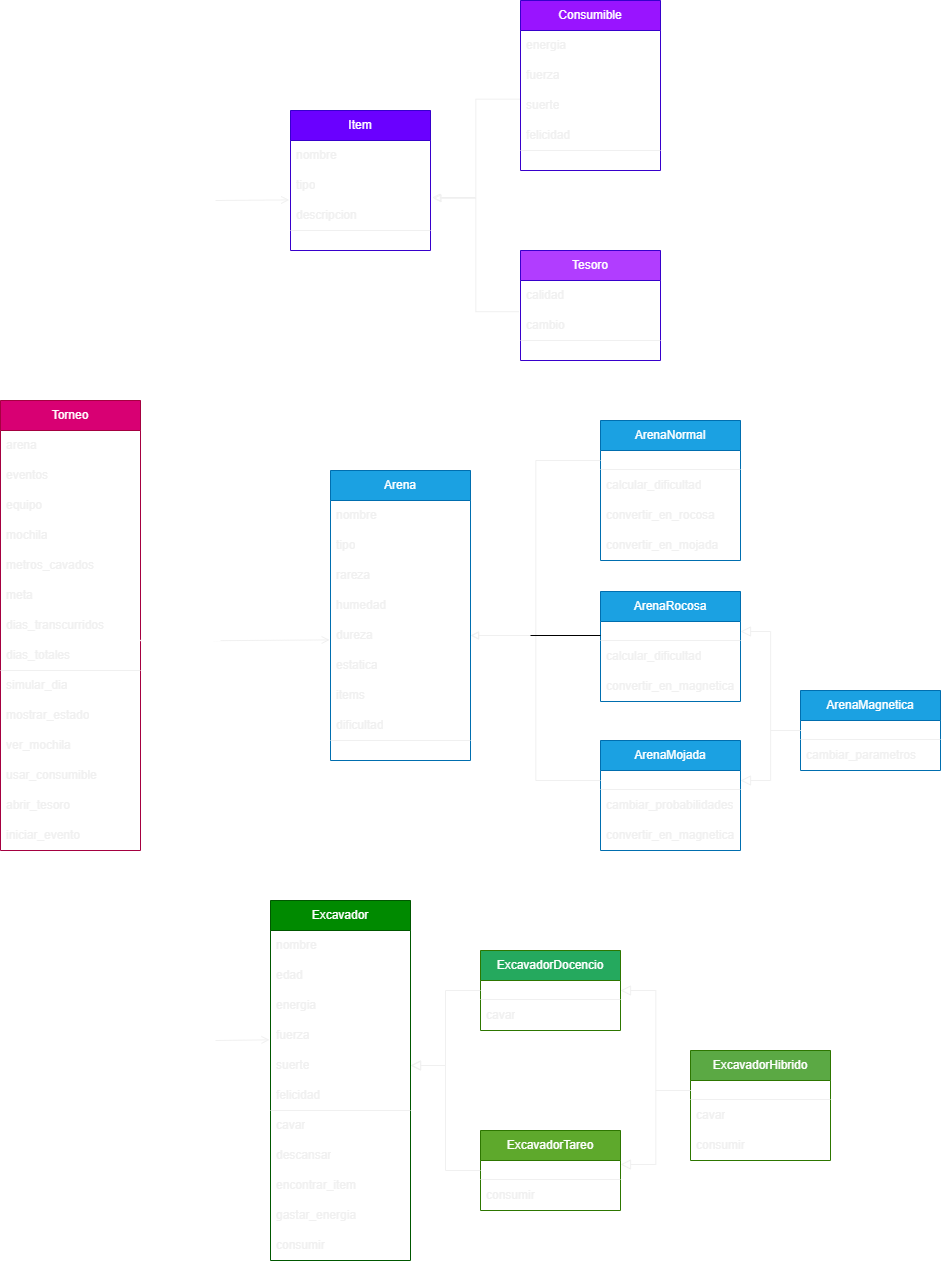
benjahuenchunir/benjahuenchunir-iic2233-2023-1 keeps this draw.io diagram as Tareas/T1/diagrama_clases.drawio.png. Above is the earlier version. Source tidied: cells renumbered, new cells last; positions are measured from the earlier drawing's top-left corner, leaving out a move shared by most shapes.
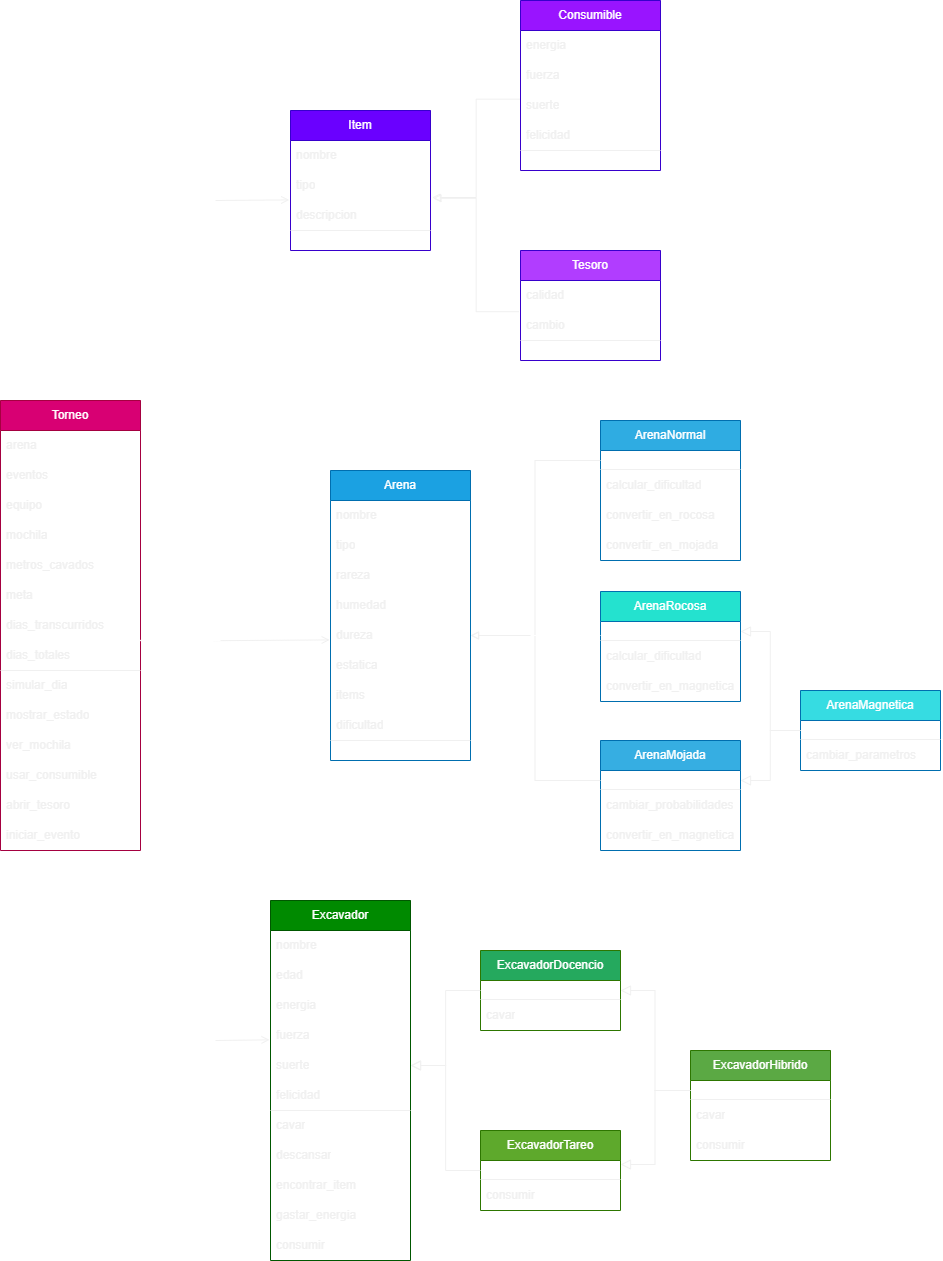
Above is the later version.

Change to the diagram source:
```diff
@@ -280,7 +280,7 @@
     <mxCell id="84" style="line;strokeWidth=1;html=1;rounded=0;shadow=0;glass=0;sketch=0;strokeColor=#FFFFFF;fontColor=#F0F0F0;fillColor=#FFFFFF;" parent="1" vertex="1">
       <mxGeometry x="160" y="635" width="60" height="10" as="geometry" />
     </mxCell>
-    <mxCell id="85" value="ArenaNormal" style="swimlane;fontStyle=0;horizontal=1;startSize=30;whiteSpace=wrap;html=1;fillColor=#1ba1e2;fontColor=#ffffff;strokeColor=#006EAF;swimlaneLine=1;glass=0;rounded=0;shadow=0;" parent="1" vertex="1">
+    <mxCell id="85" value="ArenaNormal" style="swimlane;fontStyle=0;horizontal=1;startSize=30;whiteSpace=wrap;html=1;fillColor=#2FACE2;fontColor=#ffffff;strokeColor=#006EAF;swimlaneLine=1;glass=0;rounded=0;shadow=0;" parent="1" vertex="1">
       <mxGeometry x="600" y="420" width="140" height="140" as="geometry" />
     </mxCell>
     <mxCell id="86" style="text;strokeColor=none;fillColor=none;align=left;verticalAlign=middle;spacingLeft=4;spacingRight=4;overflow=hidden;points=[[0,0.5],[1,0.5]];portConstraint=eastwest;whiteSpace=wrap;html=1;fontColor=#F0F0F0;" parent="85" vertex="1">
@@ -301,7 +301,7 @@
     <mxCell id="90" value="convertir_en_mojada" style="text;strokeColor=none;fillColor=none;align=left;verticalAlign=middle;spacingLeft=4;spacingRight=4;overflow=hidden;whiteSpace=wrap;html=1;fontColor=#F0F0F0;" parent="85" vertex="1">
       <mxGeometry y="110" width="140" height="30" as="geometry" />
     </mxCell>
-    <mxCell id="91" value="ArenaRocosa" style="swimlane;fontStyle=0;horizontal=1;startSize=30;whiteSpace=wrap;html=1;fillColor=#1ba1e2;fontColor=#ffffff;strokeColor=#006EAF;swimlaneLine=1;glass=0;rounded=0;shadow=0;" parent="1" vertex="1">
+    <mxCell id="91" value="ArenaRocosa" style="swimlane;fontStyle=0;horizontal=1;startSize=30;whiteSpace=wrap;html=1;fillColor=#24E2CF;fontColor=#ffffff;strokeColor=#006EAF;swimlaneLine=1;glass=0;rounded=0;shadow=0;" parent="1" vertex="1">
       <mxGeometry x="600" y="591" width="140" height="110" as="geometry" />
     </mxCell>
     <mxCell id="92" style="text;strokeColor=none;fillColor=none;align=left;verticalAlign=middle;spacingLeft=4;spacingRight=4;overflow=hidden;points=[[0,0.5],[1,0.5]];portConstraint=eastwest;whiteSpace=wrap;html=1;fontColor=#F0F0F0;" parent="91" vertex="1">
@@ -319,7 +319,7 @@
     <mxCell id="95" value="convertir_en_magnetica" style="text;strokeColor=none;fillColor=none;align=left;verticalAlign=middle;spacingLeft=4;spacingRight=4;overflow=hidden;whiteSpace=wrap;html=1;fontColor=#F0F0F0;" parent="91" vertex="1">
       <mxGeometry y="80" width="140" height="30" as="geometry" />
     </mxCell>
-    <mxCell id="96" value="ArenaMojada" style="swimlane;fontStyle=0;horizontal=1;startSize=30;whiteSpace=wrap;html=1;fillColor=#1ba1e2;fontColor=#ffffff;strokeColor=#006EAF;swimlaneLine=1;glass=0;rounded=0;shadow=0;" parent="1" vertex="1">
+    <mxCell id="96" value="ArenaMojada" style="swimlane;fontStyle=0;horizontal=1;startSize=30;whiteSpace=wrap;html=1;fillColor=#36AEE2;fontColor=#ffffff;strokeColor=#006EAF;swimlaneLine=1;glass=0;rounded=0;shadow=0;" parent="1" vertex="1">
       <mxGeometry x="600" y="740" width="140" height="110" as="geometry" />
     </mxCell>
     <mxCell id="97" style="text;strokeColor=none;fillColor=none;align=left;verticalAlign=middle;spacingLeft=4;spacingRight=4;overflow=hidden;points=[[0,0.5],[1,0.5]];portConstraint=eastwest;whiteSpace=wrap;html=1;fontColor=#F0F0F0;" parent="96" vertex="1">
@@ -337,7 +337,7 @@
     <mxCell id="100" value="convertir_en_magnetica" style="text;strokeColor=none;fillColor=none;align=left;verticalAlign=middle;spacingLeft=4;spacingRight=4;overflow=hidden;whiteSpace=wrap;html=1;fontColor=#F0F0F0;" parent="96" vertex="1">
       <mxGeometry y="80" width="140" height="30" as="geometry" />
     </mxCell>
-    <mxCell id="101" value="ArenaMagnetica" style="swimlane;fontStyle=0;horizontal=1;startSize=30;whiteSpace=wrap;html=1;fillColor=#1ba1e2;fontColor=#ffffff;strokeColor=#006EAF;swimlaneLine=1;glass=0;rounded=0;shadow=0;" parent="1" vertex="1">
+    <mxCell id="101" value="ArenaMagnetica" style="swimlane;fontStyle=0;horizontal=1;startSize=30;whiteSpace=wrap;html=1;fillColor=#36DCE2;fontColor=#ffffff;strokeColor=#006EAF;swimlaneLine=1;glass=0;rounded=0;shadow=0;" parent="1" vertex="1">
       <mxGeometry x="800" y="690" width="140" height="80" as="geometry" />
     </mxCell>
     <mxCell id="102" style="text;strokeColor=none;fillColor=none;align=left;verticalAlign=middle;spacingLeft=4;spacingRight=4;overflow=hidden;points=[[0,0.5],[1,0.5]];portConstraint=eastwest;whiteSpace=wrap;html=1;fontColor=#F0F0F0;" parent="101" vertex="1">
@@ -360,7 +360,7 @@
         <mxPoint x="470" y="635" as="targetPoint" />
       </mxGeometry>
     </mxCell>
-    <mxCell id="107" style="line;strokeWidth=1;html=1;" parent="1" vertex="1">
+    <mxCell id="107" style="line;strokeWidth=1;html=1;fillColor=#FFFFFF;strokeColor=#FFFFFF;" parent="1" vertex="1">
       <mxGeometry x="530" y="630" width="70" height="10" as="geometry" />
     </mxCell>
     <mxCell id="108" style="edgeStyle=elbowEdgeStyle;elbow=horizontal;endArrow=block;html=1;curved=0;rounded=0;endSize=8;startSize=8;labelBackgroundColor=#F0F0F0;strokeColor=#F0F0F0;fontColor=#F0F0F0;endFill=0;entryX=1;entryY=0.5;entryDx=0;entryDy=0;exitX=0;exitY=0.5;exitDx=0;exitDy=0;" parent="1" edge="1" source="102" target="92">
```
